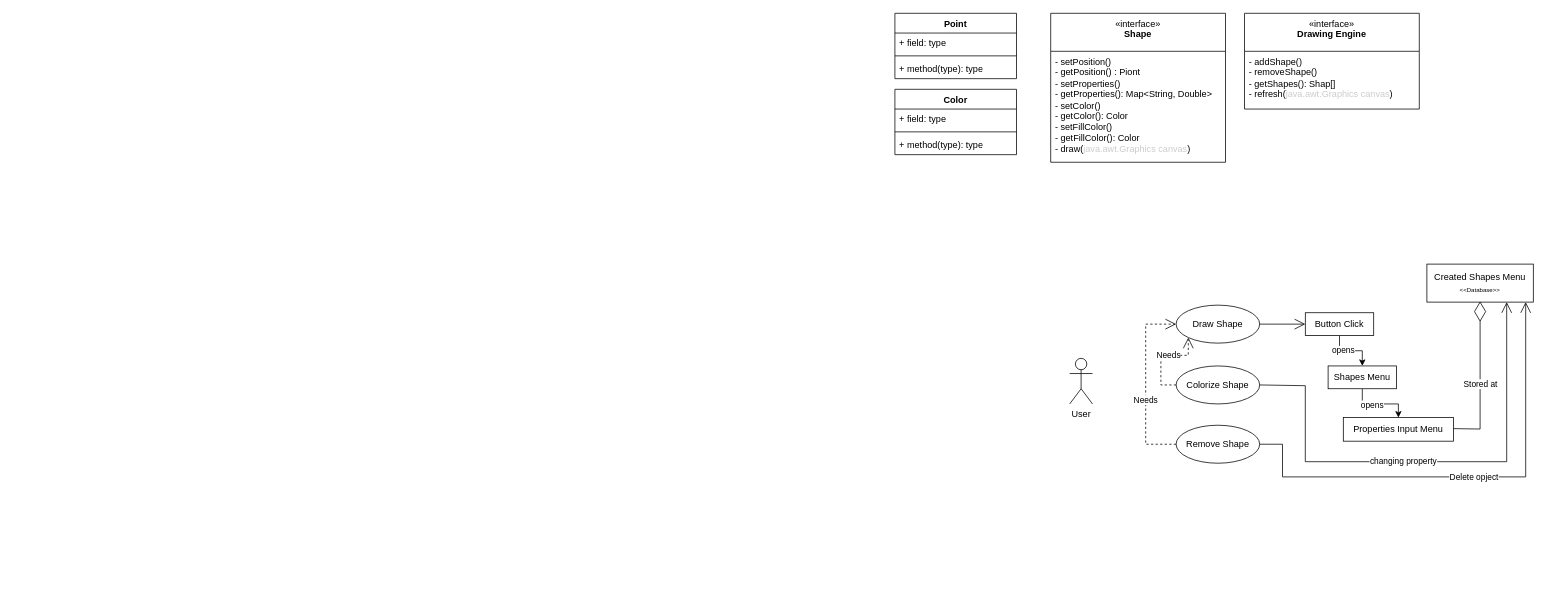
Above: UML and Flow Diagrames/Mini Painter Tool.drawio in 0maroushdy/CCE_T5_Assign_Lab6 (draw.io), before the change. Source tidied: cells renumbered, new cells numbered last; positions are measured from the earlier drawing's top-left corner, leaving out a move shared by most shapes. Both pictures are drawn from the tidied source at 76%, with x=0, y=0 at pixel (895, 13).
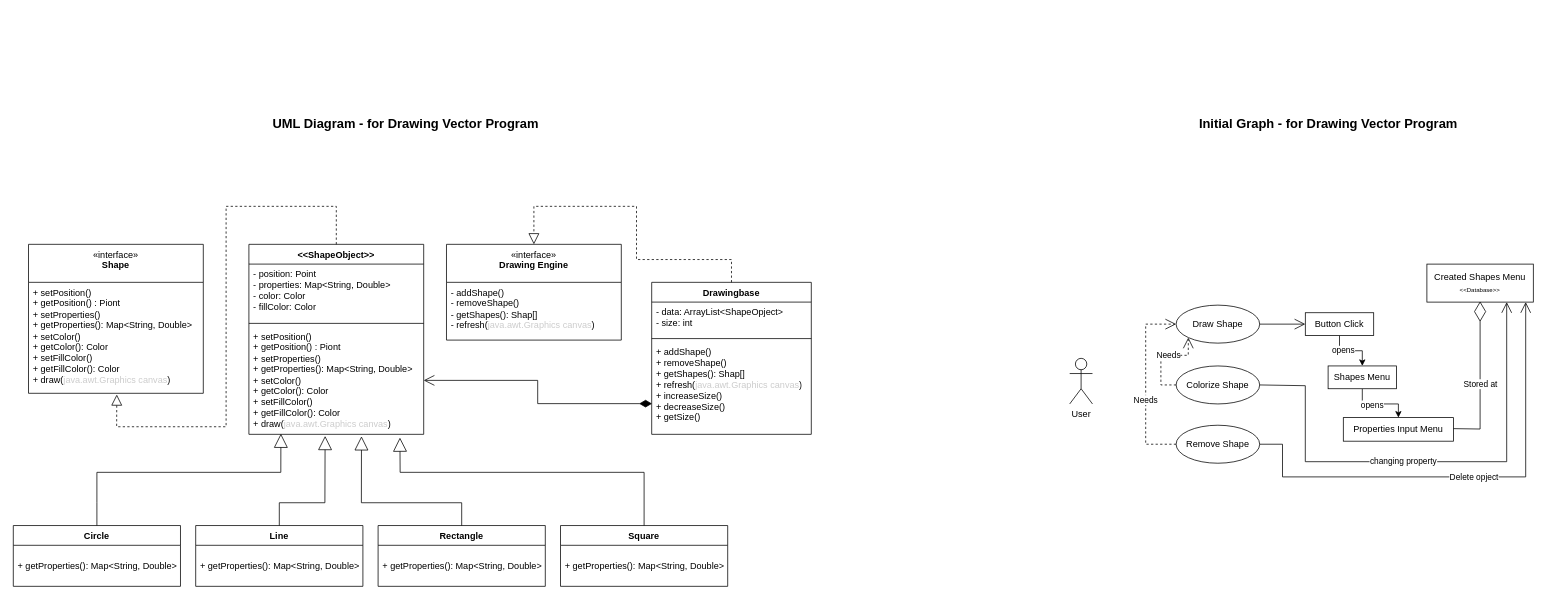
The same page after the edit.

Commit message (it also covers changes not shown here):
UML Diagram Upgrading and some reconstacturing

Diff of the diagram source:
```diff
@@
-    <mxCell id="2" value="&lt;div&gt;&lt;span style=&quot;font-weight: 400;&quot;&gt;«interface»&lt;/span&gt;&lt;/div&gt;&lt;div&gt;Shape&lt;/div&gt;" style="swimlane;fontStyle=1;align=center;verticalAlign=top;horizontal=1;startSize=50;whiteSpace=wrap;html=1;" parent="1" vertex="1">
-      <mxGeometry x="205" width="230" height="196" as="geometry" />
-    </mxCell>
-    <mxCell id="3" value="- setPosition()&lt;div&gt;- getPosition() : Piont&lt;/div&gt;&lt;div&gt;- setProperties()&lt;/div&gt;&lt;div&gt;- getProperties(): Map&amp;lt;String, Double&amp;gt;&lt;/div&gt;&lt;div&gt;- setColor()&lt;/div&gt;&lt;div&gt;- getColor(): Color&lt;/div&gt;&lt;div&gt;- setFillColor()&lt;/div&gt;&lt;div&gt;- getFillColor(): Color&lt;br&gt;&lt;/div&gt;&lt;div&gt;- draw(&lt;font color=&quot;#cccccc&quot;&gt;java.awt.Graphics canvas&lt;/font&gt;)&lt;/div&gt;" style="text;strokeColor=none;fillColor=none;align=left;verticalAlign=top;spacingLeft=4;spacingRight=4;overflow=hidden;whiteSpace=wrap;html=1;" parent="2" vertex="1">
-      <mxGeometry y="50" width="230" height="146" as="geometry" />
-    </mxCell>
-    <mxCell id="4" value="Point" style="swimlane;fontStyle=1;align=center;verticalAlign=top;horizontal=1;startSize=26;whiteSpace=wrap;html=1;" parent="1" vertex="1">
-      <mxGeometry width="160" height="86" as="geometry" />
-    </mxCell>
-    <mxCell id="5" value="+ field: type" style="text;strokeColor=none;fillColor=none;align=left;verticalAlign=top;spacingLeft=4;spacingRight=4;overflow=hidden;whiteSpace=wrap;html=1;" parent="4" vertex="1">
-      <mxGeometry y="26" width="160" height="26" as="geometry" />
-    </mxCell>
-    <mxCell id="6" style="line;strokeWidth=1;fillColor=none;align=left;verticalAlign=middle;spacingTop=-1;spacingLeft=3;spacingRight=3;labelPosition=right;strokeColor=inherit;" parent="4" vertex="1">
-      <mxGeometry y="52" width="160" height="8" as="geometry" />
-    </mxCell>
-    <mxCell id="7" value="+ method(type): type" style="text;strokeColor=none;fillColor=none;align=left;verticalAlign=top;spacingLeft=4;spacingRight=4;overflow=hidden;whiteSpace=wrap;html=1;" parent="4" vertex="1">
-      <mxGeometry y="60" width="160" height="26" as="geometry" />
-    </mxCell>
-    <mxCell id="8" value="Color" style="swimlane;fontStyle=1;align=center;verticalAlign=top;horizontal=1;startSize=26;whiteSpace=wrap;html=1;" parent="1" vertex="1">
-      <mxGeometry y="100" width="160" height="86" as="geometry" />
-    </mxCell>
-    <mxCell id="9" value="+ field: type" style="text;strokeColor=none;fillColor=none;align=left;verticalAlign=top;spacingLeft=4;spacingRight=4;overflow=hidden;whiteSpace=wrap;html=1;" parent="8" vertex="1">
-      <mxGeometry y="26" width="160" height="26" as="geometry" />
-    </mxCell>
-    <mxCell id="10" style="line;strokeWidth=1;fillColor=none;align=left;verticalAlign=middle;spacingTop=-1;spacingLeft=3;spacingRight=3;labelPosition=right;strokeColor=inherit;" parent="8" vertex="1">
-      <mxGeometry y="52" width="160" height="8" as="geometry" />
-    </mxCell>
-    <mxCell id="11" value="+ method(type): type" style="text;strokeColor=none;fillColor=none;align=left;verticalAlign=top;spacingLeft=4;spacingRight=4;overflow=hidden;whiteSpace=wrap;html=1;" parent="8" vertex="1">
-      <mxGeometry y="60" width="160" height="26" as="geometry" />
-    </mxCell>
-    <mxCell id="12" value="&lt;span style=&quot;font-weight: 400;&quot;&gt;«interface»&lt;/span&gt;&lt;br style=&quot;font-weight: 400;&quot;&gt;&lt;b&gt;Drawing Engine&lt;/b&gt;" style="swimlane;fontStyle=1;align=center;verticalAlign=top;horizontal=1;startSize=50;whiteSpace=wrap;html=1;" parent="1" vertex="1">
-      <mxGeometry x="460" width="230" height="126" as="geometry" />
-    </mxCell>
-    <mxCell id="13" value="- addShape()&lt;div&gt;&lt;span style=&quot;background-color: initial;&quot;&gt;- removeShape()&lt;/span&gt;&lt;/div&gt;&lt;div&gt;&lt;span style=&quot;background-color: initial;&quot;&gt;- getShapes(): Shap[]&lt;/span&gt;&lt;/div&gt;&lt;div&gt;- refresh(&lt;span style=&quot;background-color: initial;&quot;&gt;&lt;font color=&quot;#cccccc&quot;&gt;java.awt.Graphics canvas&lt;/font&gt;&lt;/span&gt;&lt;span style=&quot;background-color: initial;&quot;&gt;)&lt;/span&gt;&lt;/div&gt;" style="text;strokeColor=none;fillColor=none;align=left;verticalAlign=top;spacingLeft=4;spacingRight=4;overflow=hidden;whiteSpace=wrap;html=1;" parent="12" vertex="1">
-      <mxGeometry y="50" width="230" height="76" as="geometry" />
-    </mxCell>
@@
+    <mxCell id="2" value="&lt;div&gt;&lt;span style=&quot;font-weight: 400;&quot;&gt;«interface»&lt;/span&gt;&lt;/div&gt;&lt;div&gt;Shape&lt;/div&gt;" style="swimlane;fontStyle=1;align=center;verticalAlign=top;horizontal=1;startSize=50;whiteSpace=wrap;html=1;" parent="1" vertex="1">
+      <mxGeometry x="-1140" y="304" width="230" height="196" as="geometry" />
+    </mxCell>
+    <mxCell id="35" value="+ setPosition()&lt;div&gt;+ getPosition() : Piont&lt;/div&gt;&lt;div&gt;+ setProperties()&lt;/div&gt;&lt;div&gt;+ getProperties(): Map&amp;lt;String, Double&amp;gt;&lt;/div&gt;&lt;div&gt;+ setColor()&lt;/div&gt;&lt;div&gt;+ getColor(): Color&lt;/div&gt;&lt;div&gt;+ setFillColor()&lt;/div&gt;&lt;div&gt;+ getFillColor(): Color&lt;br&gt;&lt;/div&gt;&lt;div&gt;+ draw(&lt;font color=&quot;#cccccc&quot;&gt;java.awt.Graphics canvas&lt;/font&gt;)&lt;/div&gt;" style="text;strokeColor=none;fillColor=none;align=left;verticalAlign=top;spacingLeft=4;spacingRight=4;overflow=hidden;points=[[0,0.5],[1,0.5]];portConstraint=eastwest;whiteSpace=wrap;html=1;" parent="2" vertex="1">
+      <mxGeometry y="50" width="230" height="146" as="geometry" />
+    </mxCell>
+    <mxCell id="36" value="&amp;lt;&amp;lt;ShapeObject&amp;gt;&amp;gt;" style="swimlane;fontStyle=1;align=center;verticalAlign=top;horizontal=1;startSize=26;whiteSpace=wrap;html=1;" parent="1" vertex="1">
+      <mxGeometry x="-850" y="304" width="230" height="250" as="geometry" />
+    </mxCell>
+    <mxCell id="37" value="&lt;div&gt;- position: Point&lt;/div&gt;-&amp;nbsp;properties:&amp;nbsp;Map&amp;lt;String, Double&amp;gt;&lt;div&gt;- color: Color&lt;/div&gt;&lt;div&gt;- fillColor:&amp;nbsp;&lt;span style=&quot;background-color: initial;&quot;&gt;Color&lt;/span&gt;&lt;/div&gt;" style="text;strokeColor=none;fillColor=none;align=left;verticalAlign=top;spacingLeft=4;spacingRight=4;overflow=hidden;whiteSpace=wrap;html=1;" parent="36" vertex="1">
+      <mxGeometry y="26" width="230" height="74" as="geometry" />
+    </mxCell>
+    <mxCell id="38" style="line;strokeWidth=1;fillColor=none;align=left;verticalAlign=middle;spacingTop=-1;spacingLeft=3;spacingRight=3;labelPosition=right;strokeColor=inherit;" parent="36" vertex="1">
+      <mxGeometry y="100" width="230" height="8" as="geometry" />
+    </mxCell>
+    <mxCell id="39" value="+ setPosition()&lt;div&gt;+ getPosition() : Piont&lt;/div&gt;&lt;div&gt;+ setProperties()&lt;/div&gt;&lt;div&gt;+ getProperties(): Map&amp;lt;String, Double&amp;gt;&lt;/div&gt;&lt;div&gt;+ setColor()&lt;/div&gt;&lt;div&gt;+ getColor(): Color&lt;/div&gt;&lt;div&gt;+ setFillColor()&lt;/div&gt;&lt;div&gt;+ getFillColor(): Color&lt;br&gt;&lt;/div&gt;&lt;div&gt;+ draw(&lt;font color=&quot;#cccccc&quot;&gt;java.awt.Graphics canvas&lt;/font&gt;)&lt;/div&gt;" style="text;strokeColor=none;fillColor=none;align=left;verticalAlign=top;spacingLeft=4;spacingRight=4;overflow=hidden;points=[[0,0.5],[1,0.5]];portConstraint=eastwest;whiteSpace=wrap;html=1;" parent="36" vertex="1">
+      <mxGeometry y="108" width="230" height="142" as="geometry" />
+    </mxCell>
+    <mxCell id="40" style="endArrow=block;dashed=1;endFill=0;endSize=12;html=1;rounded=0;exitX=0.5;exitY=0;exitDx=0;exitDy=0;entryX=0.505;entryY=1.011;entryDx=0;entryDy=0;entryPerimeter=0;" parent="1" edge="1" source="36" target="35">
+      <mxGeometry relative="1" as="geometry">
+        <Array as="points">
+          <mxPoint x="-735" y="254" />
+          <mxPoint x="-880" y="254" />
+          <mxPoint x="-880" y="544" />
+          <mxPoint x="-1024" y="544" />
+        </Array>
+      </mxGeometry>
+    </mxCell>
+    <mxCell id="41" value="Line" style="swimlane;fontStyle=1;align=center;verticalAlign=top;horizontal=1;startSize=26;whiteSpace=wrap;html=1;" parent="1" vertex="1">
+      <mxGeometry x="-920" y="674" width="220" height="80" as="geometry" />
+    </mxCell>
+    <mxCell id="42" value="&lt;div&gt;&lt;br&gt;&lt;/div&gt;+ getProperties(): Map&amp;lt;String, Double&amp;gt;" style="text;strokeColor=none;fillColor=none;align=left;verticalAlign=top;spacingLeft=4;spacingRight=4;overflow=hidden;whiteSpace=wrap;html=1;" parent="41" vertex="1">
+      <mxGeometry y="26" width="220" height="54" as="geometry" />
+    </mxCell>
+    <mxCell id="12" value="&lt;span style=&quot;font-weight: 400;&quot;&gt;«interface»&lt;/span&gt;&lt;br style=&quot;font-weight: 400;&quot;&gt;&lt;b&gt;Drawing Engine&lt;/b&gt;" style="swimlane;fontStyle=1;align=center;verticalAlign=top;horizontal=1;startSize=50;whiteSpace=wrap;html=1;" parent="1" vertex="1">
+      <mxGeometry x="-590" y="304" width="230" height="126" as="geometry" />
+    </mxCell>
+    <mxCell id="13" value="- addShape()&lt;div&gt;&lt;span style=&quot;background-color: initial;&quot;&gt;- removeShape()&lt;/span&gt;&lt;/div&gt;&lt;div&gt;&lt;span style=&quot;background-color: initial;&quot;&gt;- getShapes(): Shap[]&lt;/span&gt;&lt;/div&gt;&lt;div&gt;- refresh(&lt;span style=&quot;background-color: initial;&quot;&gt;&lt;font color=&quot;#cccccc&quot;&gt;java.awt.Graphics canvas&lt;/font&gt;&lt;/span&gt;&lt;span style=&quot;background-color: initial;&quot;&gt;)&lt;/span&gt;&lt;/div&gt;" style="text;strokeColor=none;fillColor=none;align=left;verticalAlign=top;spacingLeft=4;spacingRight=4;overflow=hidden;whiteSpace=wrap;html=1;" parent="12" vertex="1">
+      <mxGeometry y="50" width="230" height="76" as="geometry" />
+    </mxCell>
+    <mxCell id="43" value="Drawingbase" style="swimlane;fontStyle=1;align=center;verticalAlign=top;horizontal=1;startSize=26;whiteSpace=wrap;html=1;" parent="1" vertex="1">
+      <mxGeometry x="-320" y="354" width="210" height="200" as="geometry" />
+    </mxCell>
+    <mxCell id="44" value="- data: ArrayList&amp;lt;ShapeOpject&amp;gt;&lt;div&gt;- size: int&lt;/div&gt;" style="text;strokeColor=none;fillColor=none;align=left;verticalAlign=top;spacingLeft=4;spacingRight=4;overflow=hidden;whiteSpace=wrap;html=1;" parent="43" vertex="1">
+      <mxGeometry y="26" width="210" height="44" as="geometry" />
+    </mxCell>
+    <mxCell id="45" style="line;strokeWidth=1;fillColor=none;align=left;verticalAlign=middle;spacingTop=-1;spacingLeft=3;spacingRight=3;labelPosition=right;strokeColor=inherit;" parent="43" vertex="1">
+      <mxGeometry y="70" width="210" height="8" as="geometry" />
+    </mxCell>
+    <mxCell id="46" value="+ addShape()&lt;div&gt;&lt;span style=&quot;background-color: initial;&quot;&gt;+ removeShape()&lt;/span&gt;&lt;/div&gt;&lt;div&gt;&lt;span style=&quot;background-color: initial;&quot;&gt;+ getShapes(): Shap[]&lt;/span&gt;&lt;/div&gt;&lt;div&gt;+ refresh(&lt;span style=&quot;background-color: initial;&quot;&gt;&lt;font color=&quot;#cccccc&quot;&gt;java.awt.Graphics canvas&lt;/font&gt;&lt;/span&gt;&lt;span style=&quot;background-color: initial;&quot;&gt;)&lt;/span&gt;&lt;/div&gt;&lt;div&gt;&lt;span style=&quot;background-color: initial;&quot;&gt;+ increaseSize()&lt;/span&gt;&lt;/div&gt;&lt;div&gt;&lt;span style=&quot;background-color: initial;&quot;&gt;+ decreaseSize()&lt;/span&gt;&lt;/div&gt;&lt;div&gt;&lt;span style=&quot;background-color: initial;&quot;&gt;+ getSize()&lt;/span&gt;&lt;/div&gt;" style="text;strokeColor=none;fillColor=none;align=left;verticalAlign=top;spacingLeft=4;spacingRight=4;overflow=hidden;points=[[0,0.5],[1,0.5]];portConstraint=eastwest;whiteSpace=wrap;html=1;" parent="43" vertex="1">
+      <mxGeometry y="78" width="210" height="122" as="geometry" />
+    </mxCell>
+    <mxCell id="47" value="Circle" style="swimlane;fontStyle=1;align=center;verticalAlign=top;horizontal=1;startSize=26;whiteSpace=wrap;html=1;" parent="1" vertex="1">
+      <mxGeometry x="-1160" y="674" width="220" height="80" as="geometry" />
+    </mxCell>
+    <mxCell id="48" value="&lt;div&gt;&lt;br&gt;&lt;/div&gt;+ getProperties(): Map&amp;lt;String, Double&amp;gt;" style="text;strokeColor=none;fillColor=none;align=left;verticalAlign=top;spacingLeft=4;spacingRight=4;overflow=hidden;whiteSpace=wrap;html=1;" parent="47" vertex="1">
+      <mxGeometry y="26" width="220" height="54" as="geometry" />
+    </mxCell>
+    <mxCell id="49" value="Rectangle" style="swimlane;fontStyle=1;align=center;verticalAlign=top;horizontal=1;startSize=26;whiteSpace=wrap;html=1;" parent="1" vertex="1">
+      <mxGeometry x="-680" y="674" width="220" height="80" as="geometry" />
+    </mxCell>
+    <mxCell id="50" value="&lt;div&gt;&lt;br&gt;&lt;/div&gt;+ getProperties(): Map&amp;lt;String, Double&amp;gt;" style="text;strokeColor=none;fillColor=none;align=left;verticalAlign=top;spacingLeft=4;spacingRight=4;overflow=hidden;whiteSpace=wrap;html=1;" parent="49" vertex="1">
+      <mxGeometry y="26" width="220" height="54" as="geometry" />
+    </mxCell>
+    <mxCell id="51" value="Square" style="swimlane;fontStyle=1;align=center;verticalAlign=top;horizontal=1;startSize=26;whiteSpace=wrap;html=1;" parent="1" vertex="1">
+      <mxGeometry x="-440" y="674" width="220" height="80" as="geometry" />
+    </mxCell>
+    <mxCell id="52" value="&lt;div&gt;&lt;br&gt;&lt;/div&gt;+ getProperties(): Map&amp;lt;String, Double&amp;gt;" style="text;strokeColor=none;fillColor=none;align=left;verticalAlign=top;spacingLeft=4;spacingRight=4;overflow=hidden;whiteSpace=wrap;html=1;" parent="51" vertex="1">
+      <mxGeometry y="26" width="220" height="54" as="geometry" />
+    </mxCell>
+    <mxCell id="53" style="endArrow=block;endSize=16;endFill=0;html=1;rounded=0;exitX=0.5;exitY=0;exitDx=0;exitDy=0;entryX=0.183;entryY=0.994;entryDx=0;entryDy=0;entryPerimeter=0;" parent="1" edge="1" source="47" target="39">
+      <mxGeometry relative="1" as="geometry">
+        <Array as="points">
+          <mxPoint x="-1050" y="644" />
+          <mxPoint x="-1050" y="604" />
+          <mxPoint x="-808" y="604" />
+        </Array>
+      </mxGeometry>
+    </mxCell>
+    <mxCell id="54" style="endArrow=block;endSize=16;endFill=0;html=1;rounded=0;exitX=0.5;exitY=0;exitDx=0;exitDy=0;entryX=0.436;entryY=1.015;entryDx=0;entryDy=0;entryPerimeter=0;" parent="1" edge="1" source="41" target="39">
+      <mxGeometry relative="1" as="geometry">
+        <Array as="points">
+          <mxPoint x="-810" y="644" />
+          <mxPoint x="-750" y="644" />
+        </Array>
+      </mxGeometry>
+    </mxCell>
+    <mxCell id="55" style="endArrow=block;endSize=16;endFill=0;html=1;rounded=0;exitX=0.5;exitY=0;exitDx=0;exitDy=0;entryX=0.644;entryY=1.018;entryDx=0;entryDy=0;entryPerimeter=0;" parent="1" edge="1" source="49" target="39">
+      <mxGeometry relative="1" as="geometry">
+        <Array as="points">
+          <mxPoint x="-570" y="644" />
+          <mxPoint x="-702" y="644" />
+        </Array>
+      </mxGeometry>
+    </mxCell>
+    <mxCell id="56" style="endArrow=block;endSize=16;endFill=0;html=1;rounded=0;exitX=0.5;exitY=0;exitDx=0;exitDy=0;entryX=0.864;entryY=1.03;entryDx=0;entryDy=0;entryPerimeter=0;" parent="1" edge="1" source="51" target="39">
+      <mxGeometry relative="1" as="geometry">
+        <Array as="points">
+          <mxPoint x="-330" y="604" />
+          <mxPoint x="-651" y="604" />
+        </Array>
+      </mxGeometry>
+    </mxCell>
+    <mxCell id="57" style="endArrow=block;dashed=1;endFill=0;endSize=12;html=1;rounded=0;exitX=0.5;exitY=0;exitDx=0;exitDy=0;entryX=0.5;entryY=0;entryDx=0;entryDy=0;" parent="1" edge="1" source="43" target="12">
+      <mxGeometry relative="1" as="geometry">
+        <Array as="points">
+          <mxPoint x="-215" y="324" />
+          <mxPoint x="-340" y="324" />
+          <mxPoint x="-340" y="254" />
+          <mxPoint x="-475" y="254" />
+        </Array>
+      </mxGeometry>
+    </mxCell>
+    <mxCell id="58" style="endArrow=open;html=1;endSize=12;startArrow=diamondThin;startSize=14;startFill=1;edgeStyle=orthogonalEdgeStyle;align=left;verticalAlign=bottom;rounded=0;entryX=1;entryY=0.5;entryDx=0;entryDy=0;exitX=0.002;exitY=0.669;exitDx=0;exitDy=0;exitPerimeter=0;" parent="1" edge="1" source="46" target="39">
+      <mxGeometry x="-1" y="3" relative="1" as="geometry" />
+    </mxCell>
+    <mxCell id="59" value="&lt;font style=&quot;font-size: 17px;&quot;&gt;UML Diagram - for Drawing Vector Program&lt;/font&gt;" style="text;align=center;fontStyle=1;verticalAlign=middle;spacingLeft=3;spacingRight=3;strokeColor=none;html=1;" parent="1" vertex="1">
+      <mxGeometry x="-684" y="134" width="80" height="26" as="geometry" />
+    </mxCell>
+    <mxCell id="60" value="&lt;font style=&quot;font-size: 17px;&quot;&gt;Initial Graph - for Drawing Vector Program&lt;/font&gt;" style="text;align=center;fontStyle=1;verticalAlign=middle;spacingLeft=3;spacingRight=3;strokeColor=none;html=1;" parent="1" vertex="1">
+      <mxGeometry x="530" y="134" width="80" height="26" as="geometry" />
+    </mxCell>
```
